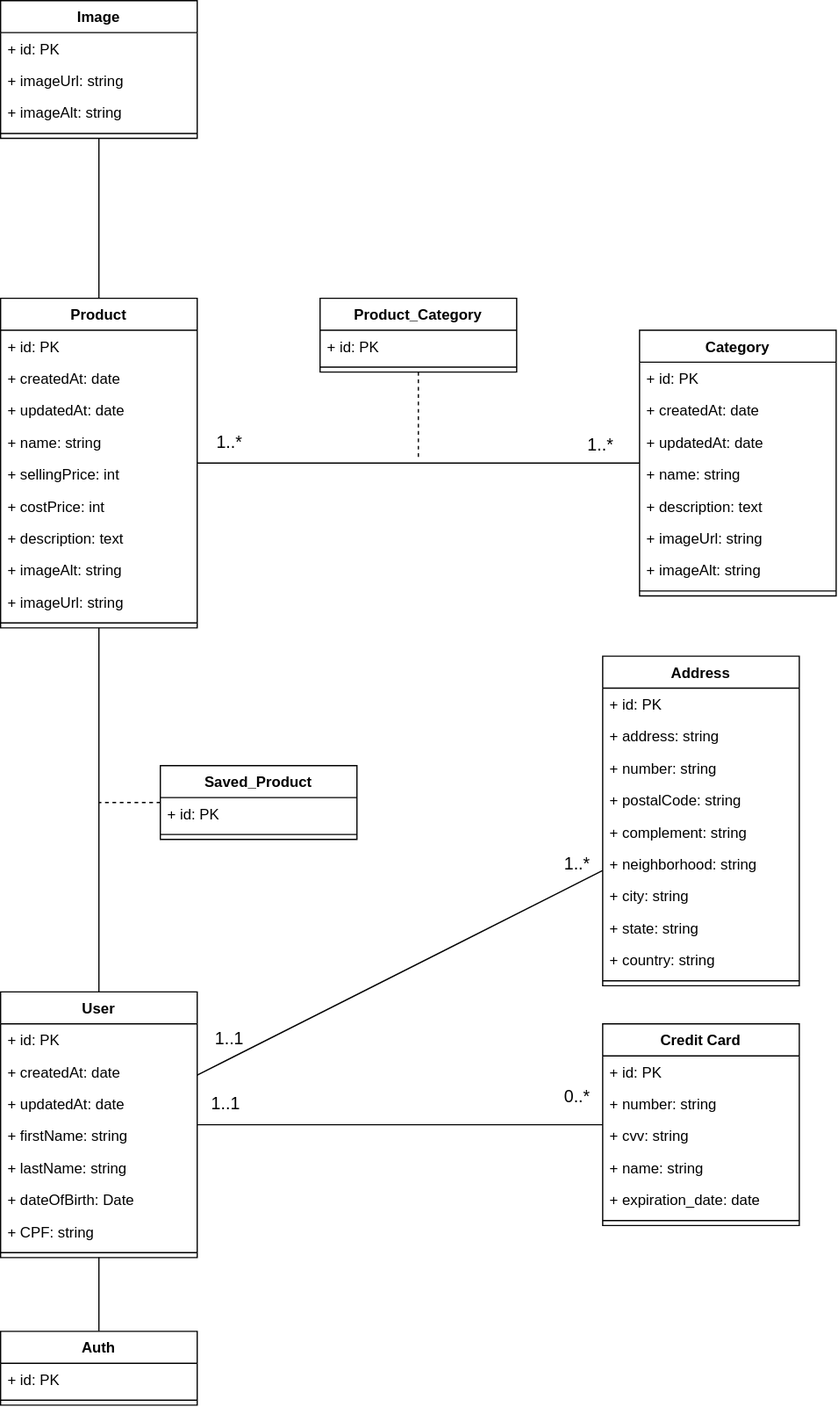
Luccasoli/ecommerce keeps this draw.io diagram as docs/diagrams/database.drawio.svg. Above is the earlier version. Source tidied: cells renumbered, new cells last; positions are measured from the earlier drawing's top-left corner, leaving out a move shared by most shapes.
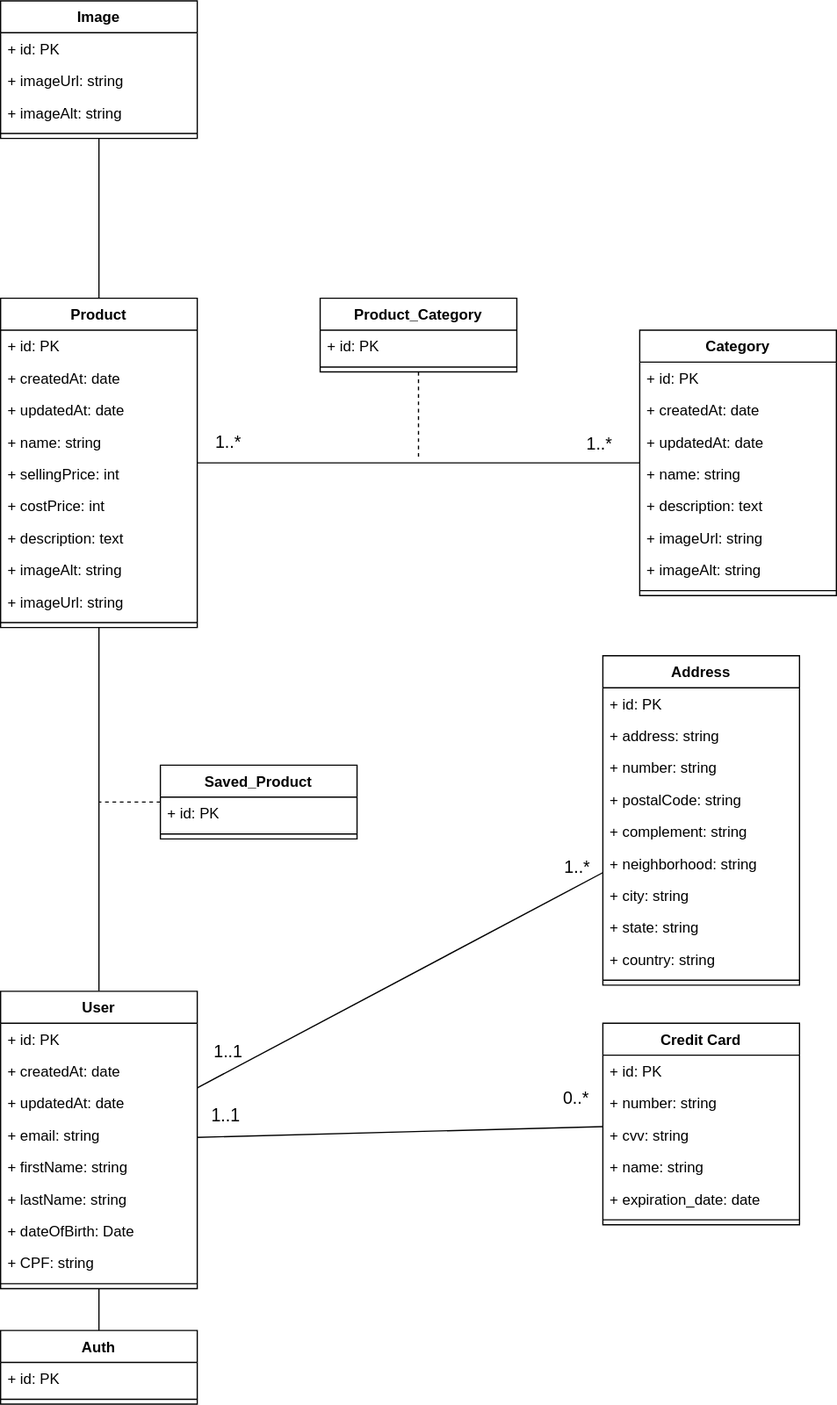
After the change.

Commit message:
feat(adonis): user controller/model and diagram

What changed in the source:
```diff
@@ -6,7 +6,7 @@
       <mxGeometry relative="1" as="geometry" />
     </mxCell>
     <mxCell id="3" value="User" style="swimlane;fontStyle=1;align=center;verticalAlign=top;horizontal=1;startSize=26;" parent="1" vertex="1">
-      <mxGeometry y="806" width="160" height="216" as="geometry" />
+      <mxGeometry y="806" width="160" height="242" as="geometry" />
     </mxCell>
     <mxCell id="4" value="+ id: PK" style="text;strokeColor=none;fillColor=none;align=left;verticalAlign=top;spacingLeft=4;spacingRight=4;overflow=hidden;" parent="3" vertex="1">
       <mxGeometry y="26" width="160" height="26" as="geometry" />
@@ -17,20 +17,23 @@
     <mxCell id="6" value="+ updatedAt: date" style="text;strokeColor=none;fillColor=none;align=left;verticalAlign=top;spacingLeft=4;spacingRight=4;overflow=hidden;" parent="3" vertex="1">
       <mxGeometry y="78" width="160" height="26" as="geometry" />
     </mxCell>
+    <mxCell id="77" value="+ email: string" style="text;strokeColor=none;fillColor=none;align=left;verticalAlign=top;spacingLeft=4;spacingRight=4;overflow=hidden;" parent="3" vertex="1">
+      <mxGeometry y="104" width="160" height="26" as="geometry" />
+    </mxCell>
     <mxCell id="7" value="+ firstName: string" style="text;strokeColor=none;fillColor=none;align=left;verticalAlign=top;spacingLeft=4;spacingRight=4;overflow=hidden;" parent="3" vertex="1">
-      <mxGeometry y="104" width="160" height="26" as="geometry" />
+      <mxGeometry y="130" width="160" height="26" as="geometry" />
     </mxCell>
     <mxCell id="8" value="+ lastName: string" style="text;strokeColor=none;fillColor=none;align=left;verticalAlign=top;spacingLeft=4;spacingRight=4;overflow=hidden;" parent="3" vertex="1">
-      <mxGeometry y="130" width="160" height="26" as="geometry" />
+      <mxGeometry y="156" width="160" height="26" as="geometry" />
     </mxCell>
     <mxCell id="9" value="+ dateOfBirth: Date" style="text;strokeColor=none;fillColor=none;align=left;verticalAlign=top;spacingLeft=4;spacingRight=4;overflow=hidden;" parent="3" vertex="1">
-      <mxGeometry y="156" width="160" height="26" as="geometry" />
+      <mxGeometry y="182" width="160" height="26" as="geometry" />
     </mxCell>
     <mxCell id="10" value="+ CPF: string" style="text;strokeColor=none;fillColor=none;align=left;verticalAlign=top;spacingLeft=4;spacingRight=4;overflow=hidden;" parent="3" vertex="1">
-      <mxGeometry y="182" width="160" height="26" as="geometry" />
+      <mxGeometry y="208" width="160" height="26" as="geometry" />
     </mxCell>
     <mxCell id="11" style="line;strokeWidth=1;fillColor=none;align=left;verticalAlign=middle;spacingTop=-1;spacingLeft=3;spacingRight=3;labelPosition=right;" parent="3" vertex="1">
-      <mxGeometry y="208" width="160" height="8" as="geometry" />
+      <mxGeometry y="234" width="160" height="8" as="geometry" />
     </mxCell>
     <mxCell id="12" style="edgeStyle=none;html=1;endArrow=none;endFill=0;" parent="1" edge="1" source="15" target="26">
       <mxGeometry relative="1" as="geometry" />
```
